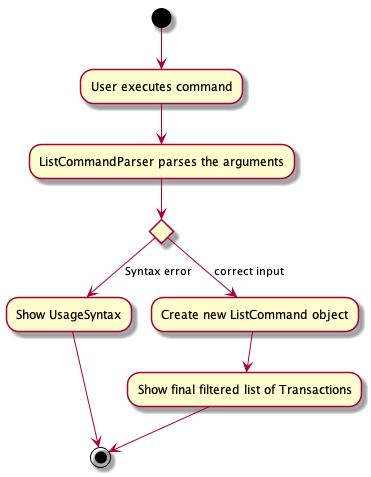
Earlier version of the PlantUML export docs/images/list/ListActivityDiagram.png (kensonoenqh/main).
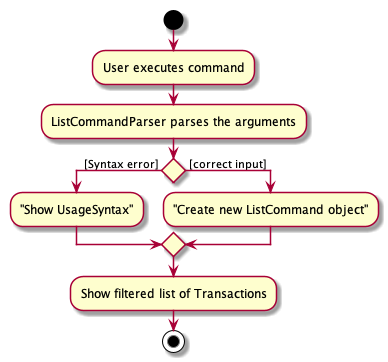
After the change.

Commit message:
Straightened the lines in my activity diagram.

Change to the diagram source:
```diff
@@ -1,13 +1,12 @@
 @startuml
-(*)  --> "User executes command"
---> ListCommandParser parses the arguments
-if ""
---> [Syntax error] "Show UsageSyntax"
----> (*)
-else
---> [correct input] "Create new ListCommand object"
+start
+:User executes command;
+:ListCommandParser parses the arguments;
+if () then ([Syntax error] )
+    :"Show UsageSyntax";
+else ( [correct input])
+    :"Create new ListCommand object";
 Endif
---> Show final filtered list of Transactions
--->(*)
-
+:Show filtered list of Transactions;
+stop
 @enduml
```
